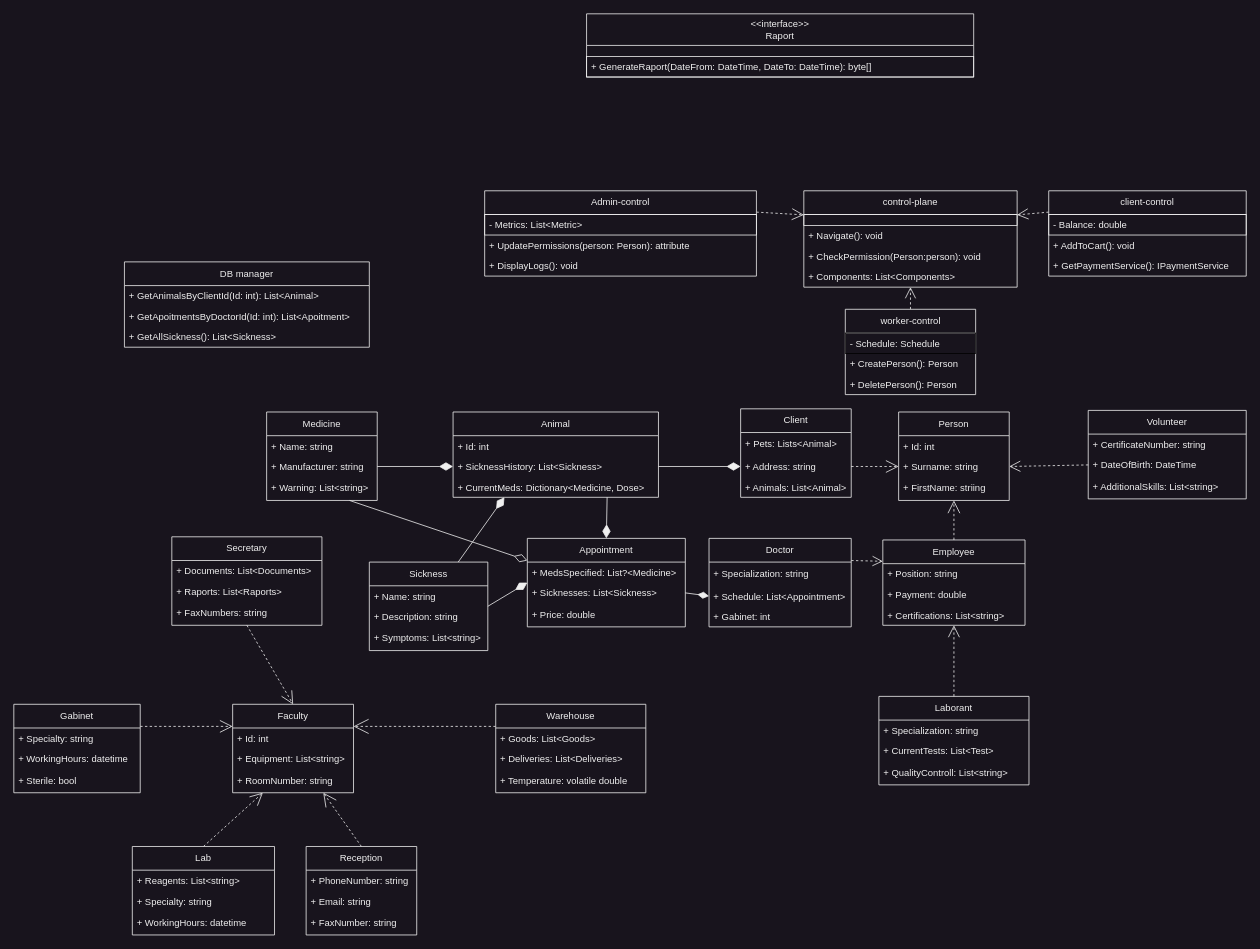
The draw.io diagram diagram.drawio in MarekMichali/vet-clinic, before the edit. Source tidied: cells renumbered, new cells numbered last; positions are measured from the earlier drawing's top-left corner, leaving out a move shared by most shapes. Both pictures are drawn from the tidied source at 79%, with x=0, y=0 at pixel (13, 13).
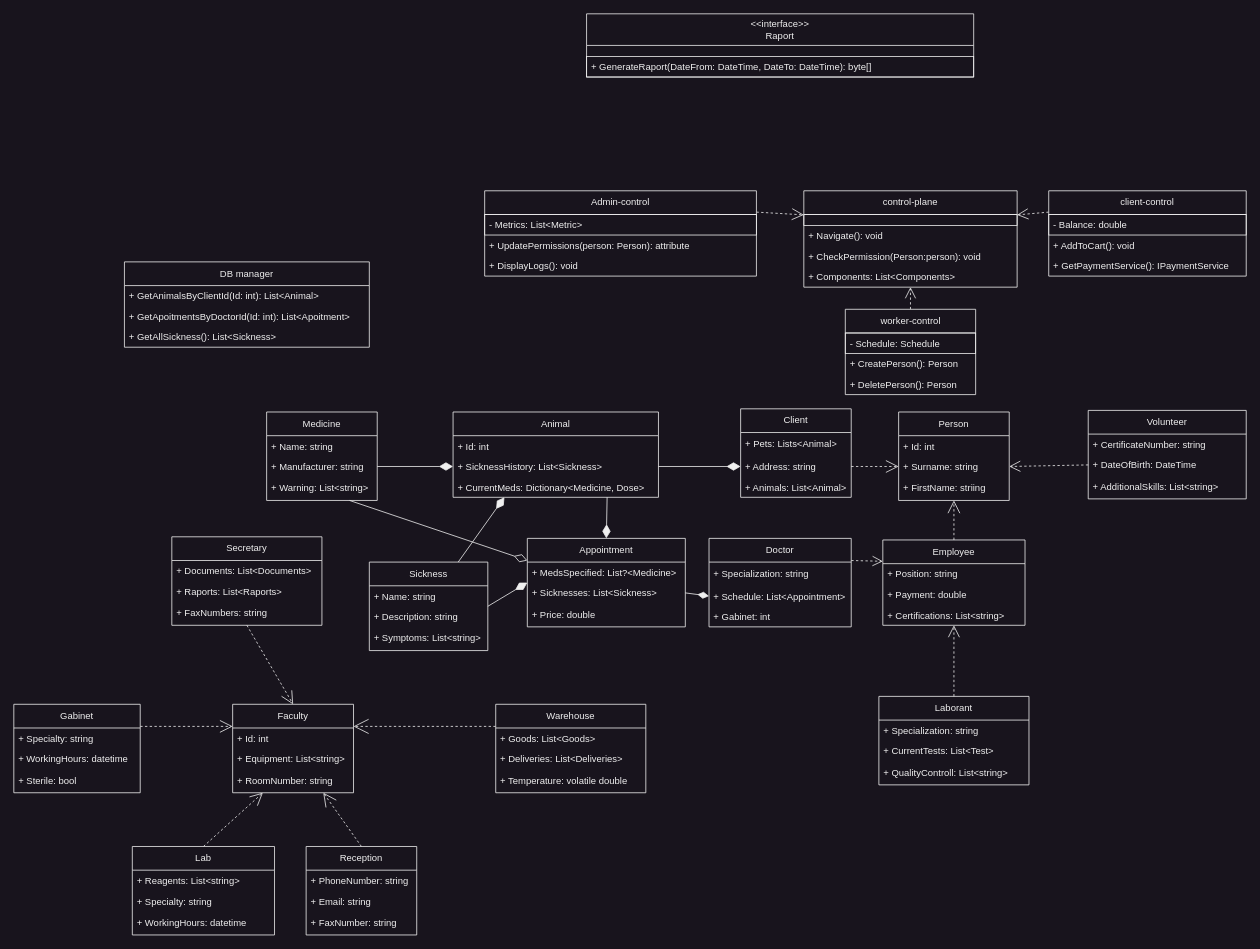
The same diagram, later.

Commit message (it also covers changes not shown here):
Update class diagram

The change refers to these unchanged cells:
```xml
<mxCell id="95" value="worker-control" style="swimlane;fontStyle=0;horizontal=1;startSize=30;whiteSpace=wrap;html=1;fillColor=#18141D;strokeColor=#F0F0F0;fontColor=#F0F0F0;labelBackgroundColor=none;" parent="1" vertex="1">
  <mxGeometry x="1052.5" y="374" width="165" height="108" as="geometry" />
</mxCell>
```

What changed in the source:
```diff
@@
-    <mxCell id="96" value="- Schedule: Schedule" style="text;strokeColor=default;fillColor=none;align=left;verticalAlign=top;spacingLeft=4;spacingRight=4;overflow=hidden;fontColor=#F0F0F0;labelBackgroundColor=none;" parent="95" vertex="1">
+    <mxCell id="96" value="- Schedule: Schedule" style="text;strokeColor=#F0F0F0;fillColor=none;align=left;verticalAlign=top;spacingLeft=4;spacingRight=4;overflow=hidden;fontColor=#F0F0F0;labelBackgroundColor=none;" parent="95" vertex="1">
       <mxGeometry y="30" width="165" height="26" as="geometry" />
     </mxCell>
```
